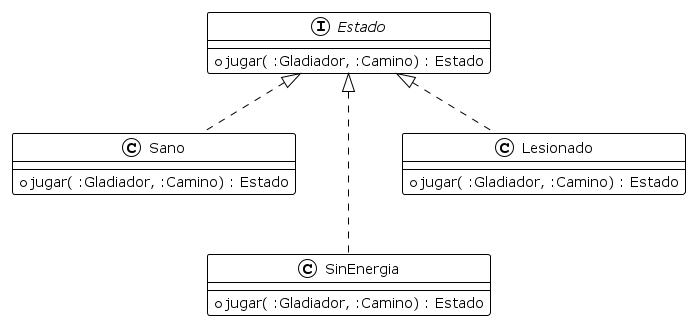
The PlantUML diagram diagrams/classes/clase_estado.png in lautiland/TP2-ALGO3-ALGOROMA, before a commit.
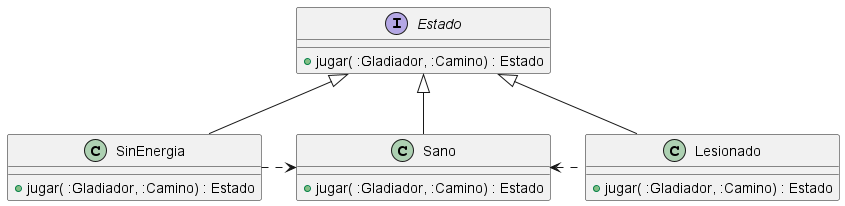
After the change.

Diff of the diagram source:
```diff
@@ -1,7 +1,4 @@
 @startuml
-!theme plain
-skinparam groupInheritance 1
-skinparam linetype polyline
 
 interface Estado{
     + jugar( :Gladiador, :Camino) : Estado
@@ -20,8 +17,11 @@
 }
 
 
-Estado <|.. Sano
-Estado <|... SinEnergia
-Estado <|.. Lesionado
+Estado <|-- SinEnergia
+Estado <|-- Sano
+Estado <|-- Lesionado
+
+SinEnergia .> Sano
+Sano <. Lesionado
 
 @enduml
```
